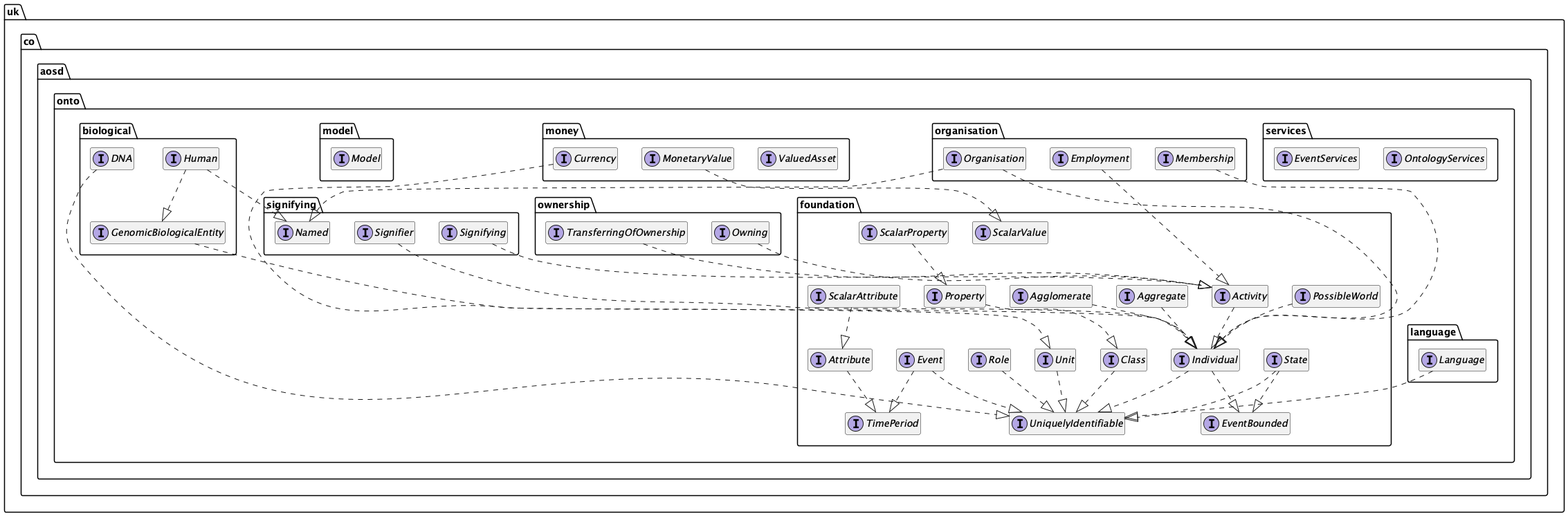
Earlier version of the PlantUML export diagrams/uml.png (twalmsley/FoundationOntology).
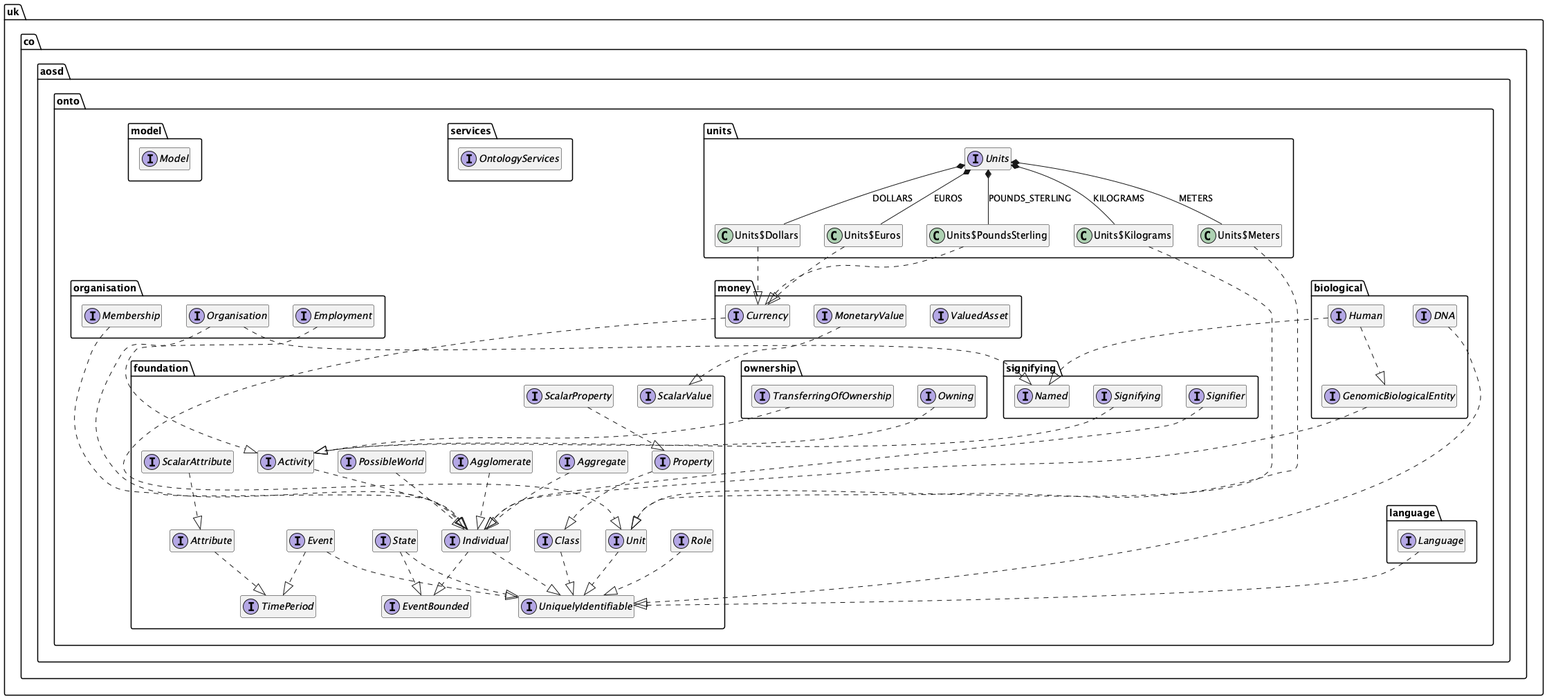
The same diagram one commit later.

Commit message:
Update UML diagram.

The edit, as a diff of the source:
```diff
@@ -27,6 +27,7 @@
 
 
 interface uk.co.aosd.onto.foundation.Aggregate {
+	{method}  {abstract} +kind () : Class
 	{method}  {abstract} +quantity () : uk.co.aosd.onto.foundation.ScalarValue
 }
 
@@ -103,6 +104,7 @@
 
 
 interface uk.co.aosd.onto.foundation.Unit {
+	{method}  {abstract} +abbreviation () : String
 	{method}  {abstract} +name () : String
 }
 
@@ -120,7 +122,7 @@
 
 
 interface uk.co.aosd.onto.money.Currency {
-	{method}  {abstract} +code () : String
+	{method}  {abstract} +abbreviation () : String
 	{method}  {abstract} +name () : String
 	{method}  {abstract} +symbol () : char
 }
@@ -167,28 +169,9 @@
 }
 
 
-interface uk.co.aosd.onto.services.EventServices {
-	{method}  {abstract} +createAppointedEvent ( paramString1 : String , paramInstant2 : java.time.Instant , paramInstant3 : java.time.Instant ) : uk.co.aosd.onto.events.Appointed
-	{method}  {abstract} +createBirthEvent ( paramString1 : String , paramInstant2 : java.time.Instant , paramInstant3 : java.time.Instant ) : uk.co.aosd.onto.events.Birth
-	{method}  {abstract} +createBuiltEvent ( paramString1 : String , paramInstant2 : java.time.Instant , paramInstant3 : java.time.Instant ) : uk.co.aosd.onto.events.Built
-	{method}  {abstract} +createCreatedEvent ( paramString1 : String , paramInstant2 : java.time.Instant , paramInstant3 : java.time.Instant ) : uk.co.aosd.onto.events.Created
-	{method}  {abstract} +createDeathEvent ( paramString1 : String , paramInstant2 : java.time.Instant , paramInstant3 : java.time.Instant ) : uk.co.aosd.onto.events.Death
-	{method}  {abstract} +createDeletedEvent ( paramString1 : String , paramInstant2 : java.time.Instant , paramInstant3 : java.time.Instant ) : uk.co.aosd.onto.events.Deleted
-	{method}  {abstract} +createDissolvedEvent ( paramString1 : String , paramInstant2 : java.time.Instant , paramInstant3 : java.time.Instant ) : uk.co.aosd.onto.events.Dissolved
-	{method}  {abstract} +createFormedEvent ( paramString1 : String , paramInstant2 : java.time.Instant , paramInstant3 : java.time.Instant ) : uk.co.aosd.onto.events.Formed
-	{method}  {abstract} +createRemovedEvent ( paramString1 : String , paramInstant2 : java.time.Instant , paramInstant3 : java.time.Instant ) : uk.co.aosd.onto.events.Removed
-	{method}  {abstract} +createResignifiedEvent ( paramString1 : String , paramInstant2 : java.time.Instant , paramInstant3 : java.time.Instant ) : uk.co.aosd.onto.events.Resignified
-	{method}  {abstract} +createScrappedEvent ( paramString1 : String , paramInstant2 : java.time.Instant , paramInstant3 : java.time.Instant ) : uk.co.aosd.onto.events.Scrapped
-	{method}  {abstract} +createSoldEvent ( paramString1 : String , paramInstant2 : java.time.Instant , paramInstant3 : java.time.Instant ) : uk.co.aosd.onto.events.Sold
-	{method}  {abstract} +createStartedEvent ( paramString1 : String , paramInstant2 : java.time.Instant , paramInstant3 : java.time.Instant ) : uk.co.aosd.onto.events.Started
-	{method}  {abstract} +createStoppedEvent ( paramString1 : String , paramInstant2 : java.time.Instant , paramInstant3 : java.time.Instant ) : uk.co.aosd.onto.events.Stopped
-	{method}  {abstract} +createTransferredFromEvent ( paramString1 : String , paramInstant2 : java.time.Instant , paramInstant3 : java.time.Instant ) : uk.co.aosd.onto.events.TransferredFrom
-	{method}  {abstract} +createTransferredToEvent ( paramString1 : String , paramInstant2 : java.time.Instant , paramInstant3 : java.time.Instant ) : uk.co.aosd.onto.events.TransferredTo
-}
-
-
 interface uk.co.aosd.onto.services.OntologyServices {
 	{method}  {abstract} +createAgglomerate ( paramString1 : String , paramSet2 : java.util.Set , paramAggregated3 : uk.co.aosd.onto.events.Aggregated , paramDisaggregated4 : uk.co.aosd.onto.events.Disaggregated ) : uk.co.aosd.onto.foundation.Agglomerate
+	{method}  {abstract} +createAggregate ( paramString1 : String , paramClass2 : Class , paramScalarValue3 : uk.co.aosd.onto.foundation.ScalarValue , paramAggregated4 : uk.co.aosd.onto.events.Aggregated , paramDisaggregated5 : uk.co.aosd.onto.events.Disaggregated ) : uk.co.aosd.onto.foundation.Aggregate
 	{method}  {abstract} +createClass ( paramString1 : String , paramSet2 : java.util.Set ) : uk.co.aosd.onto.foundation.Class
 	{method}  {abstract} +createCurrency ( paramString1 : String , paramString2 : String , paramString3 : String , paramchar4 : char ) : uk.co.aosd.onto.money.Currency
 	{method}  {abstract} +createDna ( paramString1 : String , paramString2 : String ) : uk.co.aosd.onto.biological.DNA
@@ -200,7 +183,7 @@
 	{method}  {abstract} +createOrganisation ( paramString1 : String , paramClass2 : uk.co.aosd.onto.foundation.Class , paramString3 : String , paramClass4 : uk.co.aosd.onto.foundation.Class , paramClass5 : uk.co.aosd.onto.foundation.Class , paramFormed6 : uk.co.aosd.onto.events.Formed , paramDissolved7 : uk.co.aosd.onto.events.Dissolved ) : uk.co.aosd.onto.organisation.Organisation
 	{method}  {abstract} +createOwnership ( paramString1 : String , paramString2 : String , paramIndividual3 : uk.co.aosd.onto.foundation.Individual , paramIndividual4 : uk.co.aosd.onto.foundation.Individual , paramTransferredFrom5 : uk.co.aosd.onto.events.TransferredFrom , paramTransferredTo6 : uk.co.aosd.onto.events.TransferredTo ) : uk.co.aosd.onto.ownership.Owning
 	{method}  {abstract} +createPossibleWorld ( paramString1 : String , paramSet2 : java.util.Set , paramCreated3 : uk.co.aosd.onto.events.Created , paramDeleted4 : uk.co.aosd.onto.events.Deleted ) : uk.co.aosd.onto.foundation.PossibleWorld
-	{method}  {abstract} +createRole ( paramString1 : String , paramString2 : String ) : uk.co.aosd.onto.foundation.Role
+	{method}  {abstract} +createScalarValue ( paramNumber1 : Number , paramUnit2 : uk.co.aosd.onto.foundation.Unit ) : uk.co.aosd.onto.foundation.ScalarValue
 	{method}  {abstract} +createSignifier ( paramString1 : String , paramObject2 : Object , paramLanguage3 : uk.co.aosd.onto.language.Language , paramResignified4 : uk.co.aosd.onto.events.Resignified , paramResignified5 : uk.co.aosd.onto.events.Resignified ) : uk.co.aosd.onto.signifying.Signifier
 	{method}  {abstract} +createState ( paramString1 : String , paramIndividual2 : uk.co.aosd.onto.foundation.Individual , paramEvent3 : uk.co.aosd.onto.foundation.Event , paramEvent4 : uk.co.aosd.onto.foundation.Event ) : uk.co.aosd.onto.foundation.State
 	{method}  {abstract} +transferOwnership ( paramString1 : String , paramString2 : String , paramOwning3 : uk.co.aosd.onto.ownership.Owning , paramIndividual4 : uk.co.aosd.onto.foundation.Individual , paramStarted5 : uk.co.aosd.onto.events.Started , paramStopped6 : uk.co.aosd.onto.events.Stopped ) : uk.co.aosd.onto.ownership.TransferringOfOwnership
@@ -222,6 +205,81 @@
 	{method}  {abstract} +language () : uk.co.aosd.onto.language.Language
 	{method}  {abstract} +name () : Object
 	{method}  {abstract} +named () : uk.co.aosd.onto.foundation.UniquelyIdentifiable
+}
+
+
+interface uk.co.aosd.onto.units.Units {
+}
+
+
+class uk.co.aosd.onto.units.Units$Dollars {
+	{field} -abbreviation : String
+	{field} -identifier : String
+	{field} -name : String
+	{field} -symbol : char
+	{method} +abbreviation () : String
+	{method} +equals ( paramObject1 : Object ) : boolean
+	{method} +hashCode () : int
+	{method} +identifier () : String
+	{method} +name () : String
+	{method} +symbol () : char
+	{method} +toString () : String
+}
+
+
+class uk.co.aosd.onto.units.Units$Euros {
+	{field} -abbreviation : String
+	{field} -identifier : String
+	{field} -name : String
+	{field} -symbol : char
+	{method} +abbreviation () : String
+	{method} +equals ( paramObject1 : Object ) : boolean
+	{method} +hashCode () : int
+	{method} +identifier () : String
+	{method} +name () : String
+	{method} +symbol () : char
+	{method} +toString () : String
+}
+
+
+class uk.co.aosd.onto.units.Units$Kilograms {
+	{field} -abbreviation : String
+	{field} -identifier : String
+	{field} -name : String
+	{method} +abbreviation () : String
+	{method} +equals ( paramObject1 : Object ) : boolean
+	{method} +hashCode () : int
+	{method} +identifier () : String
+	{method} +name () : String
+	{method} +toString () : String
+}
+
+
+class uk.co.aosd.onto.units.Units$Meters {
+	{field} -abbreviation : String
+	{field} -identifier : String
+	{field} -name : String
+	{method} +abbreviation () : String
+	{method} +equals ( paramObject1 : Object ) : boolean
+	{method} +hashCode () : int
+	{method} +identifier () : String
+	{method} +name () : String
+	{method} +toString () : String
+}
+
+
+class uk.co.aosd.onto.units.Units$PoundsSterling {
+	{field} -abbreviation : String
+	{field} -identifier : String
+	{field} -name : String
+	{field} -symbol : char
+	{method} +abbreviation () : String
+	{method} +equals ( paramObject1 : Object ) : boolean
+	{method} +hashCode () : int
+	{method} +identifier () : String
+	{method} +name () : String
+	{method} +symbol () : char
+	{method} +toString () : String
 }
 
 
@@ -259,6 +317,16 @@
 uk.co.aosd.onto.ownership.TransferringOfOwnership ..|>  uk.co.aosd.onto.foundation.Activity
 uk.co.aosd.onto.signifying.Signifier ..|>  uk.co.aosd.onto.foundation.Individual
 uk.co.aosd.onto.signifying.Signifying ..|>  uk.co.aosd.onto.foundation.Activity
+uk.co.aosd.onto.units.Units *--  uk.co.aosd.onto.units.Units$Dollars : DOLLARS
+uk.co.aosd.onto.units.Units *--  uk.co.aosd.onto.units.Units$Euros : EUROS
+uk.co.aosd.onto.units.Units *--  uk.co.aosd.onto.units.Units$Kilograms : KILOGRAMS
+uk.co.aosd.onto.units.Units *--  uk.co.aosd.onto.units.Units$Meters : METERS
+uk.co.aosd.onto.units.Units *--  uk.co.aosd.onto.units.Units$PoundsSterling : POUNDS_STERLING
+uk.co.aosd.onto.units.Units$Dollars ..|>  uk.co.aosd.onto.money.Currency
+uk.co.aosd.onto.units.Units$Euros ..|>  uk.co.aosd.onto.money.Currency
+uk.co.aosd.onto.units.Units$Kilograms ..|>  uk.co.aosd.onto.foundation.Unit
+uk.co.aosd.onto.units.Units$Meters ..|>  uk.co.aosd.onto.foundation.Unit
+uk.co.aosd.onto.units.Units$PoundsSterling ..|>  uk.co.aosd.onto.money.Currency
 
 hide fields
 hide methods
```
